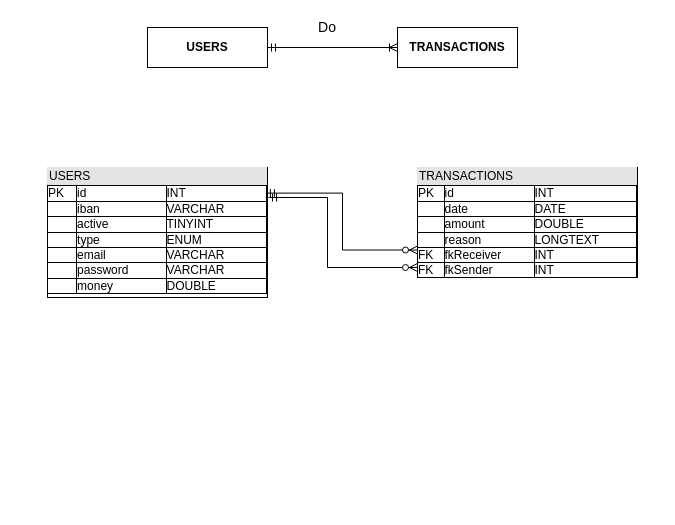
Before: Base de donnée visuel/MLD - MCD.drawio in Jerome-JJT/ProjetBanque, a draw.io diagram. Source tidied: cells renumbered, new cells numbered last; positions are measured from the earlier drawing's top-left corner, leaving out a move shared by most shapes. Both pictures are drawn from the tidied source at 100%, with x=0, y=0 at pixel (47, 17).
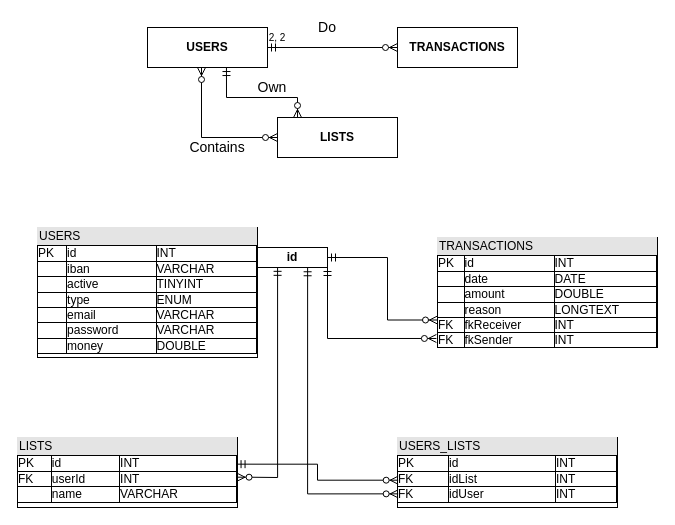
The same diagram, later.

Commit message (it also covers changes not shown here):
MCD/MLD + SQL with lists + email limit to 256

Unchanged cells that the change refers to:
```xml
<mxCell id="2" value="&lt;font color=&quot;#000000&quot;&gt;USERS&lt;/font&gt;" style="rounded=0;whiteSpace=wrap;html=1;fillColor=#ffffff;fontStyle=1;strokeColor=#000000;" parent="1" vertex="1">
  <mxGeometry x="100" y="10" width="120" height="40" as="geometry" />
</mxCell>
<mxCell id="6" value="&lt;font color=&quot;#000000&quot;&gt;TRANSACTIONS&lt;/font&gt;" style="rounded=0;whiteSpace=wrap;html=1;fillColor=#ffffff;fontStyle=1;strokeColor=#000000;" parent="1" vertex="1">
  <mxGeometry x="350" y="10" width="120" height="40" as="geometry" />
</mxCell>
```

Change to the diagram source:
```diff
@@
-    <mxCell id="3" style="edgeStyle=none;rounded=0;html=1;entryX=1;entryY=0.5;endArrow=ERmandOne;endFill=0;jettySize=auto;startArrow=ERoneToMany;startFill=0;exitX=0;exitY=0.5;exitDx=0;exitDy=0;" parent="1" edge="1" source="6" target="2">
+    <mxCell id="3" style="edgeStyle=none;rounded=0;html=1;entryX=1;entryY=0.5;endArrow=ERmandOne;endFill=0;jettySize=auto;startArrow=ERzeroToMany;startFill=1;exitX=0;exitY=0.5;exitDx=0;exitDy=0;" parent="1" edge="1" source="6" target="2">
       <mxGeometry relative="1" as="geometry" />
     </mxCell>
@@
     <mxCell id="5" value="&lt;div style=&quot;box-sizing: border-box ; width: 100% ; background: rgb(228 , 228 , 228) ; padding: 2px ; line-height: 120%&quot;&gt;USERS&lt;/div&gt;&lt;table style=&quot;width: 100% ; font-size: 1em ; border: 1px solid rgb(0 , 0 , 0) ; border-collapse: collapse&quot; cellpadding=&quot;0&quot; cellspacing=&quot;0&quot; border=&quot;1&quot;&gt;&lt;tbody&gt;&lt;tr&gt;&lt;td&gt;PK&lt;/td&gt;&lt;td&gt;id&lt;/td&gt;&lt;td&gt;INT&lt;/td&gt;&lt;/tr&gt;&lt;tr&gt;&lt;td&gt;&lt;br&gt;&lt;/td&gt;&lt;td&gt;iban&lt;/td&gt;&lt;td&gt;VARCHAR&lt;/td&gt;&lt;/tr&gt;&lt;tr&gt;&lt;td&gt;&lt;br&gt;&lt;/td&gt;&lt;td&gt;active&lt;/td&gt;&lt;td&gt;TINYINT&lt;/td&gt;&lt;/tr&gt;&lt;tr&gt;&lt;td&gt;&lt;br&gt;&lt;/td&gt;&lt;td&gt;type&lt;/td&gt;&lt;td&gt;ENUM&lt;/td&gt;&lt;/tr&gt;&lt;tr&gt;&lt;td&gt;&lt;br&gt;&lt;/td&gt;&lt;td&gt;email&lt;/td&gt;&lt;td&gt;VARCHAR&lt;/td&gt;&lt;/tr&gt;&lt;tr&gt;&lt;td&gt;&lt;br&gt;&lt;/td&gt;&lt;td&gt;password&lt;/td&gt;&lt;td&gt;VARCHAR&lt;/td&gt;&lt;/tr&gt;&lt;tr&gt;&lt;td&gt;&lt;br&gt;&lt;/td&gt;&lt;td&gt;money&lt;/td&gt;&lt;td&gt;DOUBLE&lt;/td&gt;&lt;/tr&gt;&lt;/tbody&gt;&lt;/table&gt;" style="verticalAlign=top;align=left;overflow=fill;html=1;rounded=0;fillColor=#ffffff;comic=0;strokeColor=#000000;horizontal=1;fontFamily=Helvetica;spacing=0;" parent="1" vertex="1">
-      <mxGeometry y="150" width="220" height="130" as="geometry" />
+      <mxGeometry x="-10" y="210" width="220" height="130" as="geometry" />
     </mxCell>
@@
     <mxCell id="7" value="&lt;div style=&quot;box-sizing: border-box ; width: 100% ; background: rgb(228 , 228 , 228) ; padding: 2px ; line-height: 120%&quot;&gt;TRANSACTIONS&lt;/div&gt;&lt;table style=&quot;width: 100% ; font-size: 1em ; border: 1px solid rgb(0 , 0 , 0) ; border-collapse: collapse&quot; cellpadding=&quot;0&quot; cellspacing=&quot;0&quot; border=&quot;1&quot;&gt;&lt;tbody&gt;&lt;tr&gt;&lt;td&gt;PK&lt;/td&gt;&lt;td&gt;id&lt;/td&gt;&lt;td&gt;INT&lt;/td&gt;&lt;/tr&gt;&lt;tr&gt;&lt;td&gt;&lt;br&gt;&lt;/td&gt;&lt;td&gt;date&lt;/td&gt;&lt;td&gt;DATE&lt;/td&gt;&lt;/tr&gt;&lt;tr&gt;&lt;td&gt;&lt;br&gt;&lt;/td&gt;&lt;td&gt;amount&lt;/td&gt;&lt;td&gt;DOUBLE&lt;/td&gt;&lt;/tr&gt;&lt;tr&gt;&lt;td&gt;&lt;br&gt;&lt;/td&gt;&lt;td&gt;reason&lt;/td&gt;&lt;td&gt;LONGTEXT&lt;/td&gt;&lt;/tr&gt;&lt;tr&gt;&lt;td&gt;FK&lt;/td&gt;&lt;td&gt;fkReceiver&lt;/td&gt;&lt;td&gt;INT&lt;/td&gt;&lt;/tr&gt;&lt;tr&gt;&lt;td&gt;FK&lt;/td&gt;&lt;td&gt;fkSender&lt;/td&gt;&lt;td&gt;INT&lt;/td&gt;&lt;/tr&gt;&lt;/tbody&gt;&lt;/table&gt;" style="verticalAlign=top;align=left;overflow=fill;html=1;rounded=0;fillColor=#ffffff;comic=0;strokeColor=#000000;horizontal=1;fontFamily=Helvetica;spacing=0;" parent="1" vertex="1">
-      <mxGeometry x="370" y="150" width="220" height="110" as="geometry" />
+      <mxGeometry x="390" y="220" width="220" height="110" as="geometry" />
     </mxCell>
-    <mxCell id="8" style="edgeStyle=orthogonalEdgeStyle;rounded=0;html=1;startArrow=ERmandOne;startFill=0;endArrow=ERzeroToMany;endFill=1;jettySize=auto;entryX=0;entryY=0.75;entryDx=0;entryDy=0;exitX=0.995;exitY=0.197;exitDx=0;exitDy=0;exitPerimeter=0;" parent="1" edge="1" source="5" target="7">
-      <mxGeometry relative="1" as="geometry" />
+    <mxCell id="8" style="edgeStyle=orthogonalEdgeStyle;rounded=0;html=1;startArrow=ERmandOne;startFill=0;endArrow=ERzeroToMany;endFill=1;jettySize=auto;entryX=0;entryY=0.75;entryDx=0;entryDy=0;exitX=1;exitY=0.5;exitDx=0;exitDy=0;" parent="1" edge="1" source="14" target="7">
+      <mxGeometry relative="1" as="geometry">
+        <Array as="points">
+          <mxPoint x="340" y="240" />
+          <mxPoint x="340" y="303" />
+        </Array>
+      </mxGeometry>
     </mxCell>
-    <mxCell id="9" style="edgeStyle=orthogonalEdgeStyle;rounded=0;html=1;entryX=0;entryY=0.5;startArrow=ERmandOne;startFill=0;endArrow=ERzeroToMany;endFill=1;jettySize=auto;orthogonalLoop=1;entryDx=0;entryDy=0;" parent="1" edge="1">
+    <mxCell id="9" style="edgeStyle=orthogonalEdgeStyle;rounded=0;html=1;entryX=-0.005;entryY=0.918;startArrow=ERmandOne;startFill=0;endArrow=ERzeroToMany;endFill=1;jettySize=auto;entryDx=0;entryDy=0;entryPerimeter=0;exitX=1;exitY=1;exitDx=0;exitDy=0;" parent="1" edge="1" source="14" target="7">
       <mxGeometry relative="1" as="geometry">
-        <mxPoint x="221" y="180" as="sourcePoint" />
-        <mxPoint x="370" y="250" as="targetPoint" />
         <Array as="points">
-          <mxPoint x="280" y="180" />
-          <mxPoint x="280" y="250" />
+          <mxPoint x="280" y="321" />
         </Array>
       </mxGeometry>
     </mxCell>
+    <mxCell id="10" value="&lt;div style=&quot;box-sizing: border-box ; width: 100% ; background: rgb(228 , 228 , 228) ; padding: 2px ; line-height: 120%&quot;&gt;LISTS&lt;/div&gt;&lt;table style=&quot;width: 100% ; font-size: 1em ; border: 1px solid rgb(0 , 0 , 0) ; border-collapse: collapse&quot; cellpadding=&quot;0&quot; cellspacing=&quot;0&quot; border=&quot;1&quot;&gt;&lt;tbody&gt;&lt;tr&gt;&lt;td&gt;PK&lt;/td&gt;&lt;td&gt;id&lt;/td&gt;&lt;td&gt;INT&lt;/td&gt;&lt;/tr&gt;&lt;tr&gt;&lt;td&gt;FK&lt;/td&gt;&lt;td&gt;userId&lt;/td&gt;&lt;td&gt;INT&lt;/td&gt;&lt;/tr&gt;&lt;tr&gt;&lt;td&gt;&lt;br&gt;&lt;/td&gt;&lt;td&gt;name&lt;/td&gt;&lt;td&gt;VARCHAR&lt;/td&gt;&lt;/tr&gt;&lt;/tbody&gt;&lt;/table&gt;" style="verticalAlign=top;align=left;overflow=fill;html=1;rounded=0;fillColor=#ffffff;comic=0;strokeColor=#000000;horizontal=1;fontFamily=Helvetica;spacing=0;" parent="1" vertex="1">
+      <mxGeometry x="-30" y="420" width="220" height="70" as="geometry" />
+    </mxCell>
+    <mxCell id="11" value="&lt;div style=&quot;box-sizing: border-box ; width: 100% ; background: rgb(228 , 228 , 228) ; padding: 2px ; line-height: 120%&quot;&gt;USERS_LISTS&lt;/div&gt;&lt;table style=&quot;width: 100% ; font-size: 1em ; border: 1px solid rgb(0 , 0 , 0) ; border-collapse: collapse&quot; cellpadding=&quot;0&quot; cellspacing=&quot;0&quot; border=&quot;1&quot;&gt;&lt;tbody&gt;&lt;tr&gt;&lt;td&gt;PK&lt;/td&gt;&lt;td&gt;id&lt;/td&gt;&lt;td&gt;INT&lt;/td&gt;&lt;/tr&gt;&lt;tr&gt;&lt;td&gt;FK&lt;/td&gt;&lt;td&gt;idList&lt;/td&gt;&lt;td&gt;INT&lt;/td&gt;&lt;/tr&gt;&lt;tr&gt;&lt;td&gt;FK&lt;/td&gt;&lt;td&gt;idUser&lt;/td&gt;&lt;td&gt;INT&lt;/td&gt;&lt;/tr&gt;&lt;/tbody&gt;&lt;/table&gt;" style="verticalAlign=top;align=left;overflow=fill;html=1;rounded=0;fillColor=#ffffff;comic=0;strokeColor=#000000;horizontal=1;fontFamily=Helvetica;spacing=0;" parent="1" vertex="1">
+      <mxGeometry x="350" y="420" width="220" height="70" as="geometry" />
+    </mxCell>
+    <mxCell id="12" style="edgeStyle=orthogonalEdgeStyle;rounded=0;html=1;startArrow=ERmandOne;startFill=0;endArrow=ERzeroToMany;endFill=1;jettySize=auto;exitX=0.716;exitY=1.013;exitDx=0;exitDy=0;exitPerimeter=0;entryX=0.003;entryY=0.805;entryDx=0;entryDy=0;entryPerimeter=0;" parent="1" edge="1" source="14" target="11">
+      <mxGeometry relative="1" as="geometry">
+        <Array as="points">
+          <mxPoint x="260" y="476" />
+        </Array>
+      </mxGeometry>
+    </mxCell>
+    <mxCell id="13" style="edgeStyle=orthogonalEdgeStyle;rounded=0;html=1;startArrow=ERmandOne;startFill=0;endArrow=ERzeroToMany;endFill=1;jettySize=auto;entryX=0.003;entryY=0.61;entryDx=0;entryDy=0;entryPerimeter=0;exitX=0.998;exitY=0.381;exitDx=0;exitDy=0;exitPerimeter=0;" parent="1" edge="1" source="10" target="11">
+      <mxGeometry relative="1" as="geometry">
+        <Array as="points">
+          <mxPoint x="270" y="447" />
+          <mxPoint x="270" y="463" />
+        </Array>
+      </mxGeometry>
+    </mxCell>
+    <mxCell id="14" value="&lt;font color=&quot;#000000&quot;&gt;id&lt;/font&gt;" style="rounded=0;whiteSpace=wrap;html=1;fillColor=#ffffff;fontStyle=1;strokeColor=#000000;" parent="1" vertex="1">
+      <mxGeometry x="210" y="230" width="70" height="20" as="geometry" />
+    </mxCell>
+    <mxCell id="15" style="edgeStyle=orthogonalEdgeStyle;rounded=0;html=1;startArrow=ERzeroToMany;startFill=1;endArrow=ERmandOne;endFill=0;jettySize=auto;exitX=0.998;exitY=0.567;exitDx=0;exitDy=0;exitPerimeter=0;entryX=0.287;entryY=0.992;entryDx=0;entryDy=0;entryPerimeter=0;" parent="1" edge="1" source="10" target="14">
+      <mxGeometry relative="1" as="geometry">
+        <Array as="points">
+          <mxPoint x="200" y="460" />
+          <mxPoint x="230" y="460" />
+        </Array>
+      </mxGeometry>
+    </mxCell>
+    <mxCell id="16" value="&lt;font color=&quot;#000000&quot;&gt;LISTS&lt;/font&gt;" style="rounded=0;whiteSpace=wrap;html=1;fillColor=#ffffff;fontStyle=1;strokeColor=#000000;" parent="1" vertex="1">
+      <mxGeometry x="230" y="100" width="120" height="40" as="geometry" />
+    </mxCell>
+    <mxCell id="17" style="edgeStyle=orthogonalEdgeStyle;rounded=0;html=1;endArrow=ERzeroToMany;endFill=1;jettySize=auto;startArrow=ERzeroToMany;startFill=1;exitX=0;exitY=0.5;exitDx=0;exitDy=0;" parent="1" edge="1" source="16" target="2">
+      <mxGeometry relative="1" as="geometry">
+        <Array as="points">
+          <mxPoint x="154" y="120" />
+        </Array>
+      </mxGeometry>
+    </mxCell>
+    <mxCell id="18" value="2, 2" style="text;html=1;strokeColor=none;fillColor=none;align=center;verticalAlign=middle;whiteSpace=wrap;rounded=0;fontSize=10;" parent="1" vertex="1">
+      <mxGeometry x="215" y="10" width="30" height="20" as="geometry" />
+    </mxCell>
+    <mxCell id="19" style="edgeStyle=orthogonalEdgeStyle;rounded=0;html=1;endArrow=ERmandOne;endFill=0;jettySize=auto;startArrow=ERzeroToMany;startFill=1;exitX=0.167;exitY=0;exitDx=0;exitDy=0;exitPerimeter=0;entryX=0.658;entryY=1.001;entryDx=0;entryDy=0;entryPerimeter=0;" parent="1" edge="1" source="16" target="2">
+      <mxGeometry relative="1" as="geometry">
+        <Array as="points">
+          <mxPoint x="250" y="80" />
+          <mxPoint x="179" y="80" />
+        </Array>
+      </mxGeometry>
+    </mxCell>
+    <mxCell id="20" value="Own" style="text;html=1;strokeColor=none;fillColor=none;align=center;verticalAlign=middle;whiteSpace=wrap;rounded=0;fontSize=14;" parent="1" vertex="1">
+      <mxGeometry x="205" y="60" width="40" height="20" as="geometry" />
+    </mxCell>
+    <mxCell id="21" value="Contains" style="text;html=1;strokeColor=none;fillColor=none;align=center;verticalAlign=middle;whiteSpace=wrap;rounded=0;fontSize=14;" parent="1" vertex="1">
+      <mxGeometry x="150" y="120" width="40" height="20" as="geometry" />
+    </mxCell>
```
